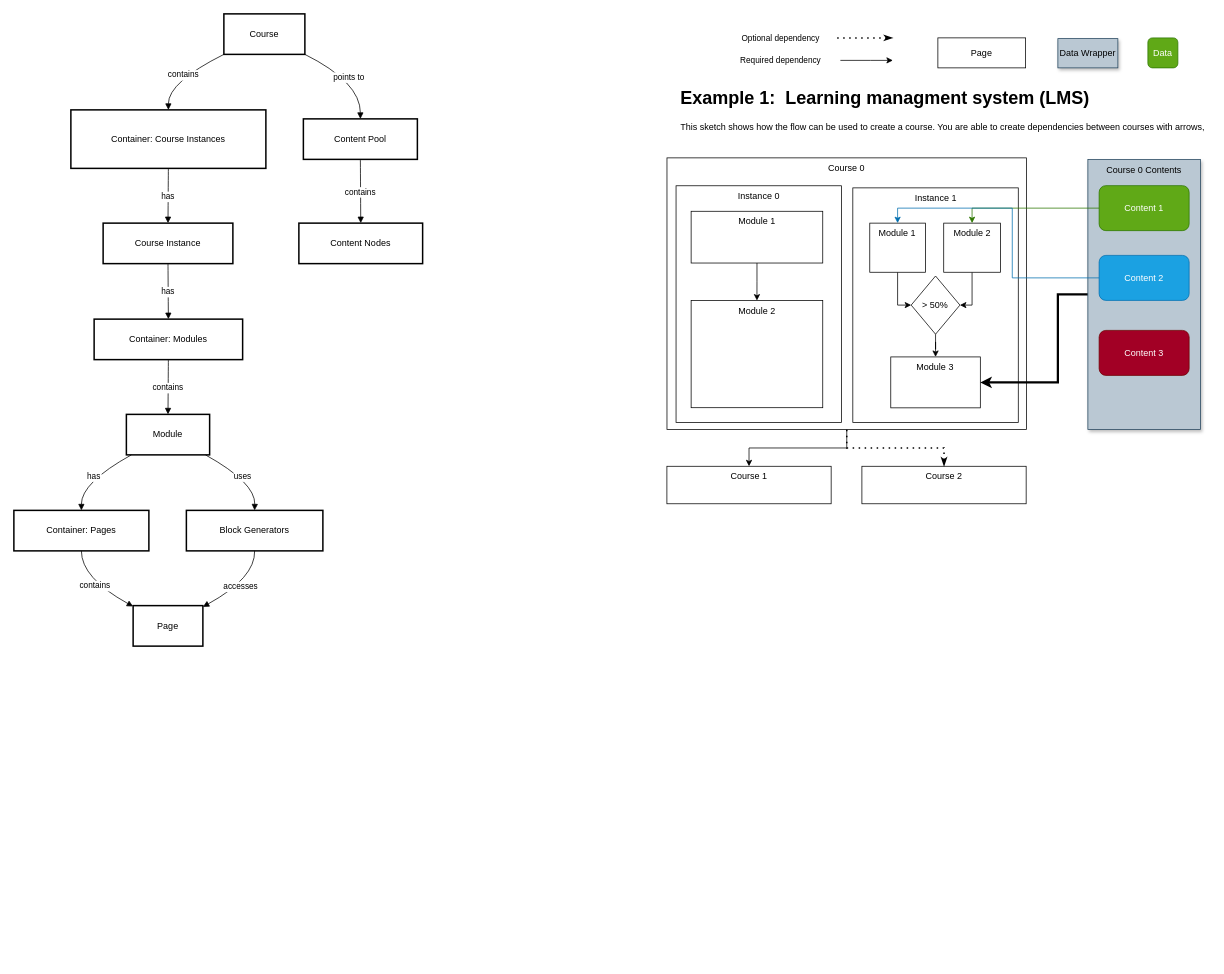
Earlier version of the draw.io diagram public/Untitled Diagram.drawio (Jalez/agentic-content-flow). Source tidied: cells renumbered, new cells numbered last; positions are measured from the earlier drawing's top-left corner, leaving out a move shared by most shapes. Both pictures are drawn from the tidied source at 75%, with x=0, y=0 at pixel (14, 14).
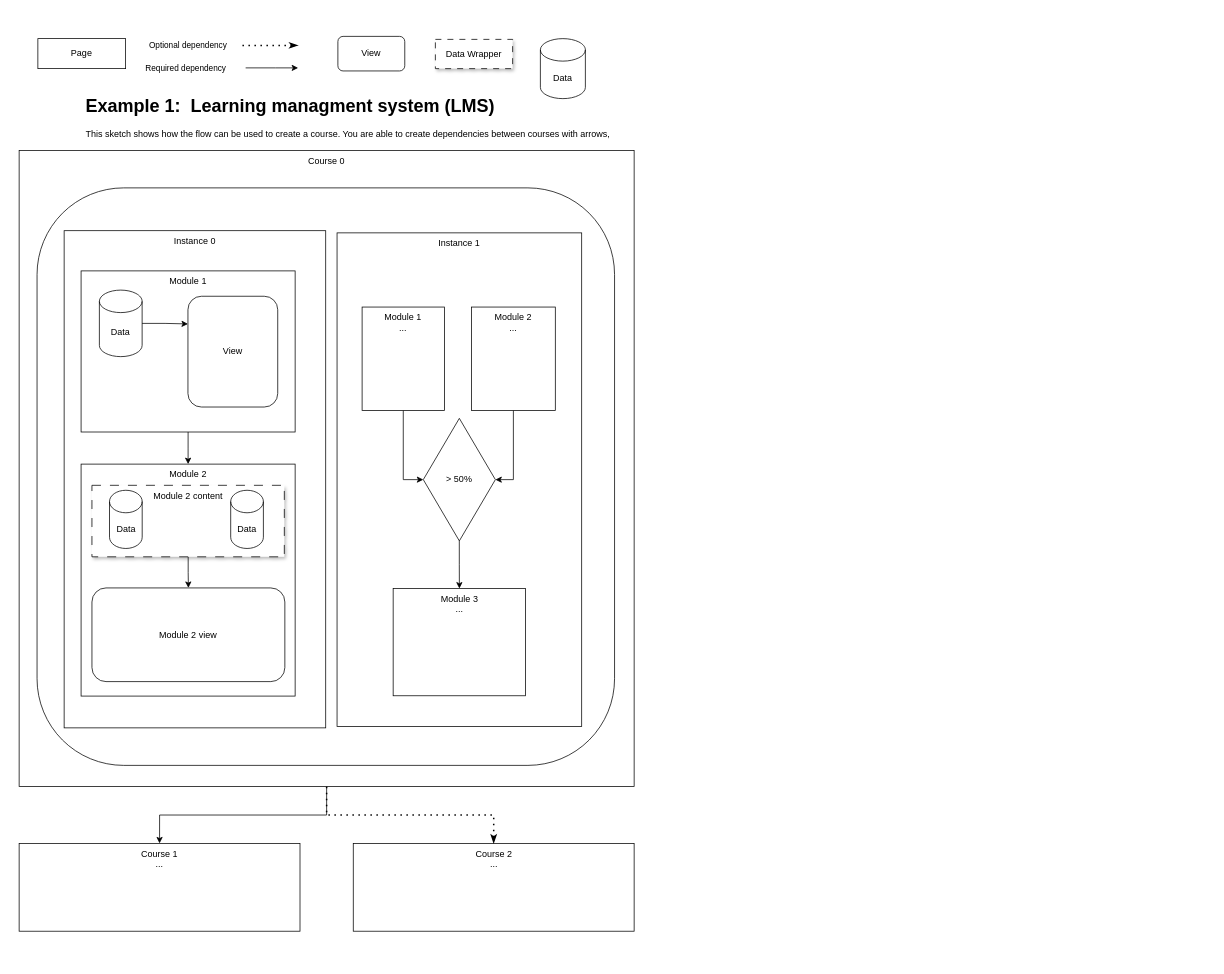
Above is the later version.

Diff of the diagram source:
```diff
@@
-    <mxCell id="2" value="Course" style="whiteSpace=wrap;strokeWidth=2;" parent="1" vertex="1">
-      <mxGeometry x="280" width="108" height="54" as="geometry" />
-    </mxCell>
-    <mxCell id="3" value="Container: Course Instances" style="whiteSpace=wrap;strokeWidth=2;" parent="1" vertex="1">
-      <mxGeometry x="76" y="128" width="260" height="78" as="geometry" />
-    </mxCell>
-    <mxCell id="4" value="Course Instance" style="whiteSpace=wrap;strokeWidth=2;" parent="1" vertex="1">
-      <mxGeometry x="119" y="279" width="173" height="54" as="geometry" />
-    </mxCell>
-    <mxCell id="5" value="Container: Modules" style="whiteSpace=wrap;strokeWidth=2;" parent="1" vertex="1">
-      <mxGeometry x="107" y="407" width="198" height="54" as="geometry" />
-    </mxCell>
-    <mxCell id="6" value="Module" style="whiteSpace=wrap;strokeWidth=2;" parent="1" vertex="1">
-      <mxGeometry x="150" y="534" width="111" height="54" as="geometry" />
-    </mxCell>
-    <mxCell id="7" value="Container: Pages" style="whiteSpace=wrap;strokeWidth=2;" parent="1" vertex="1">
-      <mxGeometry y="662" width="180" height="54" as="geometry" />
-    </mxCell>
-    <mxCell id="8" value="Page" style="whiteSpace=wrap;strokeWidth=2;" parent="1" vertex="1">
-      <mxGeometry x="159" y="789" width="93" height="54" as="geometry" />
-    </mxCell>
-    <mxCell id="9" value="Content Pool" style="whiteSpace=wrap;strokeWidth=2;" parent="1" vertex="1">
-      <mxGeometry x="386" y="140" width="152" height="54" as="geometry" />
-    </mxCell>
-    <mxCell id="10" value="Content Nodes" style="whiteSpace=wrap;strokeWidth=2;" parent="1" vertex="1">
-      <mxGeometry x="380" y="279" width="165" height="54" as="geometry" />
-    </mxCell>
-    <mxCell id="11" value="Block Generators" style="whiteSpace=wrap;strokeWidth=2;" parent="1" vertex="1">
-      <mxGeometry x="230" y="662" width="182" height="54" as="geometry" />
-    </mxCell>
-    <mxCell id="12" value="contains" style="curved=1;startArrow=none;endArrow=block;exitX=0;exitY=1;entryX=0.5;entryY=-0.01;" parent="1" edge="1" source="2" target="3">
-      <mxGeometry relative="1" as="geometry">
-        <Array as="points">
-          <mxPoint x="206" y="91" />
-        </Array>
-      </mxGeometry>
-    </mxCell>
-    <mxCell id="13" value="has" style="curved=1;startArrow=none;endArrow=block;exitX=0.5;exitY=0.99;entryX=0.5;entryY=0;" parent="1" edge="1" source="3" target="4">
-      <mxGeometry relative="1" as="geometry" />
-    </mxCell>
-    <mxCell id="14" value="has" style="curved=1;startArrow=none;endArrow=block;exitX=0.5;exitY=1;entryX=0.5;entryY=-0.01;" parent="1" edge="1" source="4" target="5">
-      <mxGeometry relative="1" as="geometry" />
-    </mxCell>
-    <mxCell id="15" value="contains" style="curved=1;startArrow=none;endArrow=block;exitX=0.5;exitY=0.99;entryX=0.5;entryY=0;" parent="1" edge="1" source="5" target="6">
-      <mxGeometry relative="1" as="geometry" />
-    </mxCell>
-    <mxCell id="16" value="has" style="curved=1;startArrow=none;endArrow=block;exitX=0.06;exitY=1;entryX=0.5;entryY=-0.01;" parent="1" edge="1" source="6" target="7">
-      <mxGeometry relative="1" as="geometry">
-        <Array as="points">
-          <mxPoint x="90" y="625" />
-        </Array>
-      </mxGeometry>
-    </mxCell>
-    <mxCell id="17" value="contains" style="curved=1;startArrow=none;endArrow=block;exitX=0.5;exitY=0.99;entryX=0;entryY=0.02;" parent="1" edge="1" source="7" target="8">
-      <mxGeometry relative="1" as="geometry">
-        <Array as="points">
-          <mxPoint x="90" y="752" />
-        </Array>
-      </mxGeometry>
-    </mxCell>
-    <mxCell id="18" value="points to" style="curved=1;startArrow=none;endArrow=block;exitX=1;exitY=1;entryX=0.5;entryY=-0.01;" parent="1" edge="1" source="2" target="9">
-      <mxGeometry relative="1" as="geometry">
-        <Array as="points">
-          <mxPoint x="462" y="91" />
-        </Array>
-      </mxGeometry>
-    </mxCell>
-    <mxCell id="19" value="contains" style="curved=1;startArrow=none;endArrow=block;exitX=0.5;exitY=0.99;entryX=0.5;entryY=0;" parent="1" edge="1" source="9" target="10">
-      <mxGeometry relative="1" as="geometry" />
-    </mxCell>
-    <mxCell id="20" value="uses" style="curved=1;startArrow=none;endArrow=block;exitX=0.95;exitY=1;entryX=0.5;entryY=-0.01;" parent="1" edge="1" source="6" target="11">
-      <mxGeometry relative="1" as="geometry">
-        <Array as="points">
-          <mxPoint x="322" y="625" />
-        </Array>
-      </mxGeometry>
-    </mxCell>
-    <mxCell id="21" value="accesses" style="curved=1;startArrow=none;endArrow=block;exitX=0.5;exitY=0.99;entryX=1.01;entryY=0.02;" parent="1" edge="1" source="11" target="8">
-      <mxGeometry relative="1" as="geometry">
-        <Array as="points">
-          <mxPoint x="322" y="752" />
-        </Array>
-      </mxGeometry>
-    </mxCell>
-    <mxCell id="22" style="group;verticalAlign=top;" parent="1" vertex="1">
-      <mxGeometry x="822" y="192" width="585" height="470" as="geometry" />
-    </mxCell>
+    <mxCell id="42" value="&lt;h1 style=&quot;margin-top: 0px;&quot;&gt;Example 1:&amp;nbsp; Learning managment system (LMS) &lt;br&gt;&lt;/h1&gt;&lt;p&gt;This sketch shows how the flow can be used to create a course. You are able to create dependencies between courses with arrows, &lt;br&gt;&lt;/p&gt;" style="text;html=1;whiteSpace=wrap;overflow=hidden;rounded=0;" parent="1" vertex="1">
+      <mxGeometry x="94" y="102" width="710" height="100" as="geometry" />
+    </mxCell>
+    <mxCell id="43" value="Optional dependency" style="endArrow=none;dashed=1;html=1;dashPattern=1 3;strokeWidth=2;rounded=0;exitX=0.5;exitY=0;exitDx=0;exitDy=0;edgeStyle=orthogonalEdgeStyle;endFill=1;startFill=1;startArrow=classicThin;" parent="1" edge="1">
+      <mxGeometry x="1" y="67" relative="1" as="geometry">
+        <mxPoint x="379" y="42" as="sourcePoint" />
+        <mxPoint x="299" y="42" as="targetPoint" />
+        <mxPoint x="-67" y="-67" as="offset" />
+      </mxGeometry>
+    </mxCell>
+    <mxCell id="44" value="Required dependency" style="edgeStyle=orthogonalEdgeStyle;rounded=0;orthogonalLoop=1;jettySize=auto;html=1;" parent="1" edge="1">
+      <mxGeometry x="-1" y="-80" relative="1" as="geometry">
+        <mxPoint x="309" y="72" as="sourcePoint" />
+        <mxPoint x="379" y="72" as="targetPoint" />
+        <Array as="points">
+          <mxPoint x="349" y="72" />
+          <mxPoint x="349" y="72" />
+        </Array>
+        <mxPoint x="-80" y="-80" as="offset" />
+      </mxGeometry>
+    </mxCell>
+    <mxCell id="49" value="Page" style="rounded=0;whiteSpace=wrap;html=1;" parent="1" vertex="1">
+      <mxGeometry x="32" y="33" width="117" height="40" as="geometry" />
+    </mxCell>
+    <mxCell id="53" value="Data Wrapper" style="rounded=0;whiteSpace=wrap;html=1;verticalAlign=middle;shadow=1;dashed=1;dashPattern=8 8;" parent="1" vertex="1">
+      <mxGeometry x="562" y="34" width="103" height="39" as="geometry" />
+    </mxCell>
+    <mxCell id="55" style="group;fillColor=none;" parent="1" vertex="1">
+      <mxGeometry x="7" y="182" width="820" height="1080" as="geometry" />
+    </mxCell>
-    <mxCell id="23" style="edgeStyle=orthogonalEdgeStyle;rounded=0;jettySize=auto;html=1;entryX=0.5;entryY=0;entryDx=0;entryDy=0;" parent="22" edge="1" source="24" target="25">
+    <mxCell id="23" style="edgeStyle=orthogonalEdgeStyle;rounded=0;jettySize=auto;html=1;entryX=0.5;entryY=0;entryDx=0;entryDy=0;" parent="55" edge="1" source="24" target="25">
       <mxGeometry relative="1" as="geometry" />
     </mxCell>
-    <mxCell id="24" value="Course 0" style="rounded=0;whiteSpace=wrap;html=1;verticalAlign=top;" parent="22" vertex="1">
-      <mxGeometry x="48.8" width="479.4" height="362.3" as="geometry" />
+    <mxCell id="24" value="Course 0" style="rounded=0;whiteSpace=wrap;html=1;verticalAlign=top;" parent="55" vertex="1">
+      <mxGeometry width="820" height="848.3" as="geometry" />
     </mxCell>
-    <mxCell id="25" value="Course 1" style="rounded=0;whiteSpace=wrap;html=1;verticalAlign=top;" parent="22" vertex="1">
-      <mxGeometry x="48.7" y="411.2" width="219" height="50" as="geometry" />
+    <mxCell id="25" value="&lt;div&gt;Course 1&lt;/div&gt;&lt;div&gt;...&lt;/div&gt;" style="rounded=0;whiteSpace=wrap;html=1;verticalAlign=top;" parent="55" vertex="1">
+      <mxGeometry y="924" width="374.5" height="117.1" as="geometry" />
     </mxCell>
-    <mxCell id="26" value="Course 2" style="rounded=0;whiteSpace=wrap;html=1;verticalAlign=top;" parent="22" vertex="1">
-      <mxGeometry x="308.7" y="411.2" width="219" height="50" as="geometry" />
+    <mxCell id="26" value="&lt;div&gt;Course 2&lt;/div&gt;&lt;div&gt;...&lt;/div&gt;" style="rounded=0;whiteSpace=wrap;html=1;verticalAlign=top;" parent="55" vertex="1">
+      <mxGeometry x="445.5" y="924" width="374.5" height="117.1" as="geometry" />
     </mxCell>
-    <mxCell id="27" style="endArrow=none;dashed=1;html=1;dashPattern=1 3;strokeWidth=2;rounded=0;exitX=0.5;exitY=0;exitDx=0;exitDy=0;edgeStyle=orthogonalEdgeStyle;endFill=1;startFill=1;startArrow=classicThin;entryX=0.5;entryY=1;entryDx=0;entryDy=0;" parent="22" edge="1" source="26" target="24">
+    <mxCell id="27" style="endArrow=none;dashed=1;html=1;dashPattern=1 3;strokeWidth=2;rounded=0;exitX=0.5;exitY=0;exitDx=0;exitDy=0;edgeStyle=orthogonalEdgeStyle;endFill=1;startFill=1;startArrow=classicThin;entryX=0.5;entryY=1;entryDx=0;entryDy=0;" parent="55" edge="1" source="26" target="24">
       <mxGeometry relative="1" as="geometry" />
     </mxCell>
-    <mxCell id="28" style="group;" parent="22" vertex="1">
-      <mxGeometry x="296.6" y="40" width="220.6" height="312.7" as="geometry" />
+    <mxCell id="28" style="group;" parent="55" vertex="1">
+      <mxGeometry x="423.9" y="110" width="370" height="710" as="geometry" />
     </mxCell>
     <mxCell id="29" value="Instance 1" style="rounded=0;whiteSpace=wrap;html=1;verticalAlign=top;" parent="28" vertex="1">
-      <mxGeometry width="220.6" height="312.7" as="geometry" />
+      <mxGeometry width="326.2" height="658.1" as="geometry" />
     </mxCell>
     <mxCell id="30" style="edgeStyle=orthogonalEdgeStyle;rounded=0;jettySize=auto;html=1;entryX=0;entryY=0.5;entryDx=0;entryDy=0;" parent="28" edge="1" source="31" target="34">
       <mxGeometry relative="1" as="geometry">
         <Array as="points">
-          <mxPoint x="60" y="156" />
-          <mxPoint x="78" y="156" />
+          <mxPoint x="88.7" y="328.3" />
+          <mxPoint x="115.3" y="328.3" />
         </Array>
       </mxGeometry>
     </mxCell>
-    <mxCell id="31" value="Module 1" style="rounded=0;whiteSpace=wrap;html=1;verticalAlign=top;" parent="28" vertex="1">
-      <mxGeometry x="22.6" y="47" width="74.2" height="65.5" as="geometry" />
+    <mxCell id="31" value="&lt;div&gt;Module 1&lt;/div&gt;&lt;div&gt;...&lt;/div&gt;" style="rounded=0;whiteSpace=wrap;html=1;verticalAlign=top;" parent="28" vertex="1">
+      <mxGeometry x="33.4" y="98.9" width="109.8" height="137.8" as="geometry" />
     </mxCell>
     <mxCell id="32" style="edgeStyle=orthogonalEdgeStyle;rounded=0;jettySize=auto;html=1;entryX=1;entryY=0.5;entryDx=0;entryDy=0;" parent="28" edge="1" source="33" target="34">
       <mxGeometry relative="1" as="geometry">
         <Array as="points">
-          <mxPoint x="159" y="156" />
-          <mxPoint x="143" y="156" />
+          <mxPoint x="235.1" y="328.3" />
+          <mxPoint x="211.4" y="328.3" />
         </Array>
       </mxGeometry>
     </mxCell>
-    <mxCell id="33" value="Module 2" style="rounded=0;whiteSpace=wrap;html=1;verticalAlign=top;strokeColor=default;align=center;fontFamily=Helvetica;fontSize=12;fontColor=default;fillColor=default;" parent="28" vertex="1">
-      <mxGeometry x="121.2" y="47" width="75.6" height="65.5" as="geometry" />
+    <mxCell id="33" value="&lt;div&gt;Module 2&lt;/div&gt;&lt;div&gt;...&lt;/div&gt;" style="rounded=0;whiteSpace=wrap;html=1;verticalAlign=top;strokeColor=default;align=center;fontFamily=Helvetica;fontSize=12;fontColor=default;fillColor=default;" parent="28" vertex="1">
+      <mxGeometry x="179.2" y="98.9" width="111.8" height="137.8" as="geometry" />
     </mxCell>
     <mxCell id="34" value="&amp;gt; 50%" style="rhombus;whiteSpace=wrap;html=1;" parent="28" vertex="1">
-      <mxGeometry x="77.8" y="117.5" width="65" height="77.6" as="geometry" />
+      <mxGeometry x="115" y="247.3" width="96.1" height="163.4" as="geometry" />
     </mxCell>
-    <mxCell id="35" value="Module 3" style="rounded=0;whiteSpace=wrap;html=1;verticalAlign=top;" parent="28" vertex="1">
-      <mxGeometry x="50.6" y="225.4" width="119.4" height="67.9" as="geometry" />
+    <mxCell id="35" value="&lt;div&gt;Module 3&lt;/div&gt;&lt;div&gt;...&lt;/div&gt;&lt;div&gt;&lt;br&gt;&lt;/div&gt;" style="rounded=0;whiteSpace=wrap;html=1;verticalAlign=top;" parent="28" vertex="1">
+      <mxGeometry x="74.8" y="474.2" width="176.6" height="143" as="geometry" />
     </mxCell>
@@
+    <mxCell id="56" style="rounded=1;whiteSpace=wrap;html=1;fillColor=none;" parent="28" vertex="1">
+      <mxGeometry x="-400" y="-60" width="770" height="770" as="geometry" />
+    </mxCell>
-    <mxCell id="37" style="group;" parent="22" vertex="1">
-      <mxGeometry x="60.9" y="37.2" width="220.6" height="315.5" as="geometry" />
+    <mxCell id="37" style="group;" parent="55" vertex="1">
+      <mxGeometry x="50" y="87.1" width="370" height="682.9" as="geometry" />
     </mxCell>
     <mxCell id="38" value="Instance 0" style="rounded=0;whiteSpace=wrap;html=1;verticalAlign=top;" parent="37" vertex="1">
-      <mxGeometry width="220.6" height="315.5" as="geometry" />
+      <mxGeometry x="10" y="20" width="348.8" height="662.9" as="geometry" />
     </mxCell>
@@
     <mxCell id="40" value="Module 1" style="rounded=0;whiteSpace=wrap;html=1;verticalAlign=top;" parent="37" vertex="1">
-      <mxGeometry x="20.1" y="34" width="175.5" height="69" as="geometry" />
+      <mxGeometry x="32.6" y="73.6" width="285.4" height="214.8" as="geometry" />
     </mxCell>
     <mxCell id="41" value="Module 2" style="rounded=0;whiteSpace=wrap;html=1;verticalAlign=top;" parent="37" vertex="1">
-      <mxGeometry x="20.1" y="153" width="175.5" height="142.9" as="geometry" />
+      <mxGeometry x="32.6" y="331.2" width="285.4" height="309.3" as="geometry" />
     </mxCell>
-    <mxCell id="42" value="&lt;h1 style=&quot;margin-top: 0px;&quot;&gt;Example 1:&amp;nbsp; Learning managment system (LMS) &lt;br&gt;&lt;/h1&gt;&lt;p&gt;This sketch shows how the flow can be used to create a course. You are able to create dependencies between courses with arrows, &lt;br&gt;&lt;/p&gt;" style="text;html=1;whiteSpace=wrap;overflow=hidden;rounded=0;" parent="1" vertex="1">
-      <mxGeometry x="887" y="92" width="710" height="100" as="geometry" />
-    </mxCell>
-    <mxCell id="43" value="Optional dependency" style="endArrow=none;dashed=1;html=1;dashPattern=1 3;strokeWidth=2;rounded=0;exitX=0.5;exitY=0;exitDx=0;exitDy=0;edgeStyle=orthogonalEdgeStyle;endFill=1;startFill=1;startArrow=classicThin;" parent="1" edge="1">
-      <mxGeometry x="1" y="70" relative="1" as="geometry">
-        <mxPoint x="1172" y="32" as="sourcePoint" />
-        <mxPoint x="1092" y="32" as="targetPoint" />
-        <mxPoint x="-70" y="-70" as="offset" />
-      </mxGeometry>
-    </mxCell>
-    <mxCell id="44" value="Required dependency" style="edgeStyle=orthogonalEdgeStyle;rounded=0;orthogonalLoop=1;jettySize=auto;html=1;" parent="1" edge="1">
-      <mxGeometry x="-1" y="-80" relative="1" as="geometry">
-        <mxPoint x="1102" y="62" as="sourcePoint" />
-        <mxPoint x="1172" y="62" as="targetPoint" />
-        <Array as="points">
-          <mxPoint x="1142" y="62" />
-          <mxPoint x="1142" y="62" />
-        </Array>
-        <mxPoint x="-80" y="-80" as="offset" />
-      </mxGeometry>
-    </mxCell>
-    <mxCell id="45" style="edgeStyle=orthogonalEdgeStyle;rounded=0;jettySize=auto;html=1;entryX=1;entryY=0.5;entryDx=0;entryDy=0;fontSize=18;strokeWidth=3;" parent="1" edge="1" source="46" target="35">
-      <mxGeometry relative="1" as="geometry">
-        <Array as="points">
-          <mxPoint x="1392" y="374" />
-          <mxPoint x="1392" y="491" />
-        </Array>
-      </mxGeometry>
-    </mxCell>
+    <mxCell id="57" style="edgeStyle=orthogonalEdgeStyle;rounded=0;jettySize=auto;html=1;" parent="37" edge="1" source="46" target="52">
+      <mxGeometry relative="1" as="geometry" />
+    </mxCell>
-    <mxCell id="46" value="Course 0 Contents" style="rounded=0;whiteSpace=wrap;html=1;verticalAlign=top;shadow=1;fillColor=light-dark(#BAC8D3,#FFFFFF);strokeColor=#23445d;fontColor=light-dark(#000000,#000000);" parent="1" vertex="1">
-      <mxGeometry x="1432" y="194" width="150" height="360" as="geometry" />
+    <mxCell id="46" value="Module 2 content" style="rounded=0;whiteSpace=wrap;html=1;verticalAlign=top;shadow=1;dashed=1;dashPattern=12 12;" parent="37" vertex="1">
+      <mxGeometry x="47.1" y="359.5" width="256.5" height="95.3" as="geometry" />
     </mxCell>
-    <mxCell id="47" style="edgeStyle=orthogonalEdgeStyle;rounded=0;jettySize=auto;html=1;entryX=0.5;entryY=0;entryDx=0;entryDy=0;fillColor=#60a917;strokeColor=#2D7600;" parent="1" edge="1" source="48" target="33">
-      <mxGeometry relative="1" as="geometry" />
-    </mxCell>
-    <mxCell id="48" value="Content 1" style="rounded=1;whiteSpace=wrap;html=1;glass=0;fillColor=#60a917;fontColor=#ffffff;strokeColor=#2D7600;" parent="1" vertex="1">
-      <mxGeometry x="1447" y="229" width="120" height="60" as="geometry" />
-    </mxCell>
-    <mxCell id="49" value="Page" style="rounded=0;whiteSpace=wrap;html=1;" parent="1" vertex="1">
-      <mxGeometry x="1232" y="32" width="117" height="40" as="geometry" />
-    </mxCell>
-    <mxCell id="50" style="edgeStyle=orthogonalEdgeStyle;rounded=0;jettySize=auto;html=1;entryX=0.5;entryY=0;entryDx=0;entryDy=0;fillColor=#1ba1e2;strokeColor=#006EAF;" parent="1" edge="1" source="51" target="31">
-      <mxGeometry relative="1" as="geometry" />
-    </mxCell>
-    <mxCell id="51" value="&lt;div&gt;Content 2&lt;/div&gt;" style="rounded=1;whiteSpace=wrap;html=1;fillColor=#1ba1e2;fontColor=#ffffff;strokeColor=#006EAF;" parent="1" vertex="1">
-      <mxGeometry x="1447" y="322" width="120" height="60" as="geometry" />
-    </mxCell>
-    <mxCell id="52" value="Content 3" style="rounded=1;whiteSpace=wrap;html=1;fillColor=#a20025;fontColor=#ffffff;strokeColor=#6F0000;" parent="1" vertex="1">
-      <mxGeometry x="1447" y="422" width="120" height="60" as="geometry" />
+    <mxCell id="52" value="Module 2 view" style="rounded=1;whiteSpace=wrap;html=1;" parent="37" vertex="1">
+      <mxGeometry x="47.1" y="496.3" width="257.2" height="124.9" as="geometry" />
     </mxCell>
-    <mxCell id="53" value="Data Wrapper" style="rounded=0;whiteSpace=wrap;html=1;verticalAlign=middle;shadow=1;fillColor=light-dark(#BAC8D3,#FFFFFF);strokeColor=#23445d;fontColor=light-dark(#000000,#000000);" parent="1" vertex="1">
-      <mxGeometry x="1392" y="33" width="80" height="39" as="geometry" />
-    </mxCell>
-    <mxCell id="54" value="Data" style="rounded=1;whiteSpace=wrap;html=1;glass=0;fillColor=#60a917;fontColor=#ffffff;strokeColor=#2D7600;" parent="1" vertex="1">
-      <mxGeometry x="1512" y="32" width="40" height="40" as="geometry" />
+    <mxCell id="54" value="View" style="rounded=1;whiteSpace=wrap;html=1;glass=0;" parent="37" vertex="1">
+      <mxGeometry x="175.1" y="107.4" width="119.7" height="147.7" as="geometry" />
     </mxCell>
+    <mxCell id="58" value="Data" style="shape=cylinder3;whiteSpace=wrap;html=1;boundedLbl=1;backgroundOutline=1;size=15;" parent="37" vertex="1">
+      <mxGeometry x="57" y="99.2" width="57" height="88.7" as="geometry" />
+    </mxCell>
+    <mxCell id="59" style="edgeStyle=orthogonalEdgeStyle;rounded=0;jettySize=auto;html=1;entryX=0;entryY=0.25;entryDx=0;entryDy=0;" parent="37" edge="1" source="58" target="54">
+      <mxGeometry relative="1" as="geometry" />
+    </mxCell>
+    <mxCell id="60" value="Data" style="shape=cylinder3;whiteSpace=wrap;html=1;boundedLbl=1;backgroundOutline=1;size=15;" parent="37" vertex="1">
+      <mxGeometry x="70.5" y="366.1" width="43.6" height="77.6" as="geometry" />
+    </mxCell>
+    <mxCell id="61" value="Data" style="shape=cylinder3;whiteSpace=wrap;html=1;boundedLbl=1;backgroundOutline=1;size=15;" parent="37" vertex="1">
+      <mxGeometry x="232.1" y="366.1" width="43.6" height="77.6" as="geometry" />
+    </mxCell>
+    <mxCell id="62" value="Data" style="shape=cylinder3;whiteSpace=wrap;html=1;boundedLbl=1;backgroundOutline=1;size=15;" parent="1" vertex="1">
+      <mxGeometry x="702" y="33" width="60" height="80" as="geometry" />
+    </mxCell>
+    <mxCell id="63" value="View" style="rounded=1;whiteSpace=wrap;html=1;" parent="1" vertex="1">
+      <mxGeometry x="432" y="30" width="89.2" height="46.1" as="geometry" />
+    </mxCell>
```
